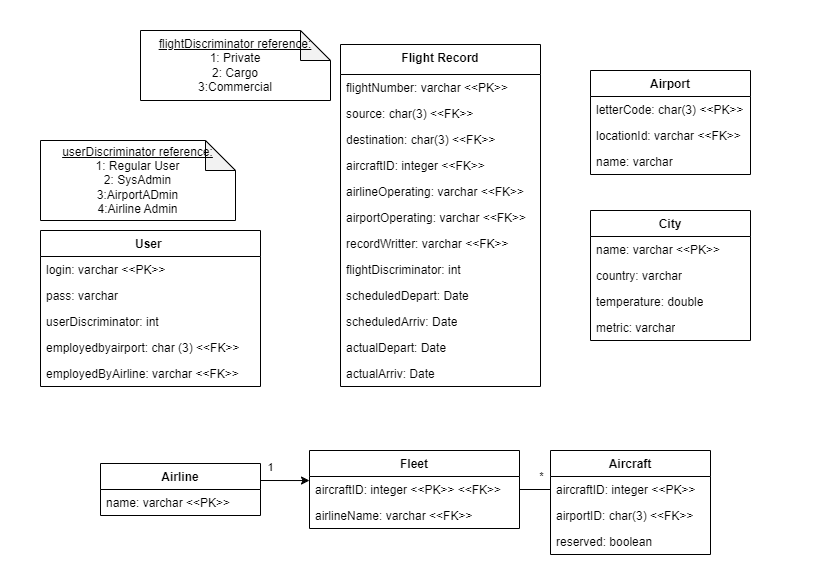
Kayram2710/soen342 keeps this draw.io diagram as Diagrams/Relational Model.png. Above is the earlier version. Source tidied: cells renumbered, new cells last; positions are measured from the earlier drawing's top-left corner, leaving out a move shared by most shapes. Source of this version:
```xml
<mxGraphModel>
  <root>
    <mxCell id="0" />
    <mxCell id="1" parent="0" />
    <mxCell id="2" value="User&amp;nbsp;" style="swimlane;fontStyle=1;align=center;verticalAlign=top;horizontal=1;startSize=26;whiteSpace=wrap;html=1;" parent="1" vertex="1">
      <mxGeometry y="200" width="220" height="156" as="geometry" />
    </mxCell>
    <mxCell id="3" value="login: varchar &amp;lt;&amp;lt;PK&amp;gt;&amp;gt;" style="text;strokeColor=none;fillColor=none;align=left;verticalAlign=top;spacingLeft=4;spacingRight=4;overflow=hidden;whiteSpace=wrap;html=1;" parent="2" vertex="1">
      <mxGeometry y="26" width="220" height="26" as="geometry" />
    </mxCell>
    <mxCell id="4" value="pass: varchar&amp;nbsp;" style="text;strokeColor=none;fillColor=none;align=left;verticalAlign=top;spacingLeft=4;spacingRight=4;overflow=hidden;whiteSpace=wrap;html=1;" parent="2" vertex="1">
      <mxGeometry y="52" width="220" height="26" as="geometry" />
    </mxCell>
    <mxCell id="5" value="userDiscriminator: int" style="text;strokeColor=none;fillColor=none;align=left;verticalAlign=top;spacingLeft=4;spacingRight=4;overflow=hidden;whiteSpace=wrap;html=1;" parent="2" vertex="1">
      <mxGeometry y="78" width="220" height="26" as="geometry" />
    </mxCell>
    <mxCell id="6" value="employedbyairport: char (3) &amp;lt;&amp;lt;FK&amp;gt;&amp;gt;" style="text;strokeColor=none;fillColor=none;align=left;verticalAlign=top;spacingLeft=4;spacingRight=4;overflow=hidden;whiteSpace=wrap;html=1;" parent="2" vertex="1">
      <mxGeometry y="104" width="220" height="26" as="geometry" />
    </mxCell>
    <mxCell id="7" value="employedByAirline: varchar &amp;lt;&amp;lt;FK&amp;gt;&amp;gt;" style="text;strokeColor=none;fillColor=none;align=left;verticalAlign=top;spacingLeft=4;spacingRight=4;overflow=hidden;whiteSpace=wrap;html=1;" parent="2" vertex="1">
      <mxGeometry y="130" width="220" height="26" as="geometry" />
    </mxCell>
    <mxCell id="8" value="Airport" style="swimlane;fontStyle=1;align=center;verticalAlign=top;horizontal=1;startSize=26;whiteSpace=wrap;html=1;" parent="1" vertex="1">
      <mxGeometry x="550" y="40" width="160" height="104" as="geometry" />
    </mxCell>
    <mxCell id="9" value="letterCode: char(3) &amp;lt;&amp;lt;PK&amp;gt;&amp;gt;" style="text;strokeColor=none;fillColor=none;align=left;verticalAlign=top;spacingLeft=4;spacingRight=4;overflow=hidden;whiteSpace=wrap;html=1;" parent="8" vertex="1">
      <mxGeometry y="26" width="160" height="26" as="geometry" />
    </mxCell>
    <mxCell id="10" value="locationId: varchar &amp;lt;&amp;lt;FK&amp;gt;&amp;gt;&lt;br&gt;&amp;nbsp;" style="text;strokeColor=none;fillColor=none;align=left;verticalAlign=top;spacingLeft=4;spacingRight=4;overflow=hidden;whiteSpace=wrap;html=1;" parent="8" vertex="1">
      <mxGeometry y="52" width="160" height="26" as="geometry" />
    </mxCell>
    <mxCell id="11" value="name: varchar" style="text;strokeColor=none;fillColor=none;align=left;verticalAlign=top;spacingLeft=4;spacingRight=4;overflow=hidden;whiteSpace=wrap;html=1;" parent="8" vertex="1">
      <mxGeometry y="78" width="160" height="26" as="geometry" />
    </mxCell>
    <mxCell id="12" value="Aircraft" style="swimlane;fontStyle=1;align=center;verticalAlign=top;horizontal=1;startSize=26;whiteSpace=wrap;html=1;" parent="1" vertex="1">
      <mxGeometry x="510" y="420" width="160" height="104" as="geometry" />
    </mxCell>
    <mxCell id="13" value="aircraftID: integer &amp;lt;&amp;lt;PK&amp;gt;&amp;gt;" style="text;strokeColor=none;fillColor=none;align=left;verticalAlign=top;spacingLeft=4;spacingRight=4;overflow=hidden;points=[[0,0.5],[1,0.5]];portConstraint=eastwest;whiteSpace=wrap;html=1;" parent="12" vertex="1">
      <mxGeometry y="26" width="160" height="26" as="geometry" />
    </mxCell>
    <mxCell id="14" value="airportID: char(3) &amp;lt;&amp;lt;FK&amp;gt;&amp;gt;" style="text;strokeColor=none;fillColor=none;align=left;verticalAlign=top;spacingLeft=4;spacingRight=4;overflow=hidden;whiteSpace=wrap;html=1;" parent="12" vertex="1">
      <mxGeometry y="52" width="160" height="26" as="geometry" />
    </mxCell>
    <mxCell id="15" value="reserved: boolean" style="text;strokeColor=none;fillColor=none;align=left;verticalAlign=top;spacingLeft=4;spacingRight=4;overflow=hidden;whiteSpace=wrap;html=1;" parent="12" vertex="1">
      <mxGeometry y="78" width="160" height="26" as="geometry" />
    </mxCell>
    <mxCell id="16" value="Airline" style="swimlane;fontStyle=1;align=center;verticalAlign=top;horizontal=1;startSize=26;whiteSpace=wrap;html=1;" parent="1" vertex="1">
      <mxGeometry x="60" y="433" width="160" height="52" as="geometry" />
    </mxCell>
    <mxCell id="17" value="name: varchar &amp;lt;&amp;lt;PK&amp;gt;&amp;gt;" style="text;strokeColor=none;fillColor=none;align=left;verticalAlign=top;spacingLeft=4;spacingRight=4;overflow=hidden;whiteSpace=wrap;html=1;" parent="16" vertex="1">
      <mxGeometry y="26" width="160" height="26" as="geometry" />
    </mxCell>
    <mxCell id="18" value="Flight Record" style="swimlane;fontStyle=1;align=center;verticalAlign=top;horizontal=1;startSize=30;whiteSpace=wrap;html=1;" parent="1" vertex="1">
      <mxGeometry x="300" y="14" width="200" height="342" as="geometry" />
    </mxCell>
    <mxCell id="19" value="flightNumber: varchar &amp;lt;&amp;lt;PK&amp;gt;&amp;gt;" style="text;strokeColor=none;fillColor=none;align=left;verticalAlign=top;spacingLeft=4;spacingRight=4;overflow=hidden;whiteSpace=wrap;html=1;" parent="18" vertex="1">
      <mxGeometry y="30" width="200" height="26" as="geometry" />
    </mxCell>
    <mxCell id="20" value="source: char(3) &amp;lt;&amp;lt;FK&amp;gt;&amp;gt;" style="text;strokeColor=none;fillColor=none;align=left;verticalAlign=top;spacingLeft=4;spacingRight=4;overflow=hidden;whiteSpace=wrap;html=1;" parent="18" vertex="1">
      <mxGeometry y="56" width="200" height="26" as="geometry" />
    </mxCell>
    <mxCell id="21" value="destination: char(3) &amp;lt;&amp;lt;FK&amp;gt;&amp;gt;" style="text;strokeColor=none;fillColor=none;align=left;verticalAlign=top;spacingLeft=4;spacingRight=4;overflow=hidden;whiteSpace=wrap;html=1;" parent="18" vertex="1">
      <mxGeometry y="82" width="200" height="26" as="geometry" />
    </mxCell>
    <mxCell id="22" value="aircraftID: integer &amp;lt;&amp;lt;FK&amp;gt;&amp;gt;" style="text;strokeColor=none;fillColor=none;align=left;verticalAlign=top;spacingLeft=4;spacingRight=4;overflow=hidden;whiteSpace=wrap;html=1;" parent="18" vertex="1">
      <mxGeometry y="108" width="200" height="26" as="geometry" />
    </mxCell>
    <mxCell id="23" value="airlineOperating: varchar &amp;lt;&amp;lt;FK&amp;gt;&amp;gt;" style="text;strokeColor=none;fillColor=none;align=left;verticalAlign=top;spacingLeft=4;spacingRight=4;overflow=hidden;whiteSpace=wrap;html=1;" parent="18" vertex="1">
      <mxGeometry y="134" width="200" height="26" as="geometry" />
    </mxCell>
    <mxCell id="24" value="airportOperating: varchar &amp;lt;&amp;lt;FK&amp;gt;&amp;gt;" style="text;strokeColor=none;fillColor=none;align=left;verticalAlign=top;spacingLeft=4;spacingRight=4;overflow=hidden;whiteSpace=wrap;html=1;" parent="18" vertex="1">
      <mxGeometry y="160" width="200" height="26" as="geometry" />
    </mxCell>
    <mxCell id="25" value="recordWritter: varchar &amp;lt;&amp;lt;FK&amp;gt;&amp;gt;" style="text;strokeColor=none;fillColor=none;align=left;verticalAlign=top;spacingLeft=4;spacingRight=4;overflow=hidden;whiteSpace=wrap;html=1;" parent="18" vertex="1">
      <mxGeometry y="186" width="200" height="26" as="geometry" />
    </mxCell>
    <mxCell id="26" value="flightDiscriminator: int" style="text;strokeColor=none;fillColor=none;align=left;verticalAlign=top;spacingLeft=4;spacingRight=4;overflow=hidden;whiteSpace=wrap;html=1;" parent="18" vertex="1">
      <mxGeometry y="212" width="200" height="26" as="geometry" />
    </mxCell>
    <mxCell id="27" value="scheduledDepart: Date" style="text;strokeColor=none;fillColor=none;align=left;verticalAlign=top;spacingLeft=4;spacingRight=4;overflow=hidden;whiteSpace=wrap;html=1;" parent="18" vertex="1">
      <mxGeometry y="238" width="200" height="26" as="geometry" />
    </mxCell>
    <mxCell id="28" value="scheduledArriv: Date" style="text;strokeColor=none;fillColor=none;align=left;verticalAlign=top;spacingLeft=4;spacingRight=4;overflow=hidden;whiteSpace=wrap;html=1;" parent="18" vertex="1">
      <mxGeometry y="264" width="200" height="26" as="geometry" />
    </mxCell>
    <mxCell id="29" value="actualDepart: Date" style="text;strokeColor=none;fillColor=none;align=left;verticalAlign=top;spacingLeft=4;spacingRight=4;overflow=hidden;whiteSpace=wrap;html=1;" parent="18" vertex="1">
      <mxGeometry y="290" width="200" height="26" as="geometry" />
    </mxCell>
    <mxCell id="30" value="actualArriv: Date" style="text;strokeColor=none;fillColor=none;align=left;verticalAlign=top;spacingLeft=4;spacingRight=4;overflow=hidden;whiteSpace=wrap;html=1;" parent="18" vertex="1">
      <mxGeometry y="316" width="200" height="26" as="geometry" />
    </mxCell>
    <mxCell id="31" value="City" style="swimlane;fontStyle=1;align=center;verticalAlign=top;horizontal=1;startSize=26;whiteSpace=wrap;html=1;" parent="1" vertex="1">
      <mxGeometry x="550" y="180" width="160" height="130" as="geometry" />
    </mxCell>
    <mxCell id="32" value="name: varchar &amp;lt;&amp;lt;PK&amp;gt;&amp;gt;" style="text;strokeColor=none;fillColor=none;align=left;verticalAlign=top;spacingLeft=4;spacingRight=4;overflow=hidden;whiteSpace=wrap;html=1;" parent="31" vertex="1">
      <mxGeometry y="26" width="160" height="26" as="geometry" />
    </mxCell>
    <mxCell id="33" value="country: varchar" style="text;strokeColor=none;fillColor=none;align=left;verticalAlign=top;spacingLeft=4;spacingRight=4;overflow=hidden;whiteSpace=wrap;html=1;" parent="31" vertex="1">
      <mxGeometry y="52" width="160" height="26" as="geometry" />
    </mxCell>
    <mxCell id="34" value="temperature: double" style="text;strokeColor=none;fillColor=none;align=left;verticalAlign=top;spacingLeft=4;spacingRight=4;overflow=hidden;whiteSpace=wrap;html=1;" parent="31" vertex="1">
      <mxGeometry y="78" width="160" height="26" as="geometry" />
    </mxCell>
    <mxCell id="35" value="metric: varchar" style="text;strokeColor=none;fillColor=none;align=left;verticalAlign=top;spacingLeft=4;spacingRight=4;overflow=hidden;whiteSpace=wrap;html=1;" parent="31" vertex="1">
      <mxGeometry y="104" width="160" height="26" as="geometry" />
    </mxCell>
    <mxCell id="36" value="Fleet" style="swimlane;fontStyle=1;align=center;verticalAlign=top;horizontal=1;startSize=26;whiteSpace=wrap;html=1;" parent="1" vertex="1">
      <mxGeometry x="269" y="420" width="210" height="78" as="geometry" />
    </mxCell>
    <mxCell id="37" value="aircraftID: integer &amp;lt;&amp;lt;PK&amp;gt;&amp;gt; &amp;lt;&amp;lt;FK&amp;gt;&amp;gt;" style="text;strokeColor=none;fillColor=none;align=left;verticalAlign=top;spacingLeft=4;spacingRight=4;overflow=hidden;points=[[0,0.5],[1,0.5]];portConstraint=eastwest;whiteSpace=wrap;html=1;" parent="36" vertex="1">
      <mxGeometry y="26" width="210" height="26" as="geometry" />
    </mxCell>
    <mxCell id="38" value="airlineName: varchar &amp;lt;&amp;lt;FK&amp;gt;&amp;gt;" style="text;strokeColor=none;fillColor=none;align=left;verticalAlign=top;spacingLeft=4;spacingRight=4;overflow=hidden;whiteSpace=wrap;html=1;" parent="36" vertex="1">
      <mxGeometry y="52" width="210" height="26" as="geometry" />
    </mxCell>
    <mxCell id="39" style="edgeStyle=orthogonalEdgeStyle;rounded=0;orthogonalLoop=1;jettySize=auto;html=1;" parent="1" edge="1">
      <mxGeometry relative="1" as="geometry">
        <mxPoint x="220" y="450" as="sourcePoint" />
        <mxPoint x="269" y="450" as="targetPoint" />
        <Array as="points">
          <mxPoint x="269" y="450" />
        </Array>
      </mxGeometry>
    </mxCell>
    <mxCell id="40" value="1" style="edgeLabel;html=1;align=center;verticalAlign=middle;" parent="39" vertex="1">
      <mxGeometry x="-0.43" relative="1" as="geometry">
        <mxPoint x="-4" y="-13" as="offset" />
      </mxGeometry>
    </mxCell>
    <mxCell id="41" style="edgeStyle=orthogonalEdgeStyle;rounded=0;jettySize=auto;html=1;endArrow=none;endFill=0;" parent="1" edge="1" source="13" target="37">
      <mxGeometry relative="1" as="geometry" />
    </mxCell>
    <mxCell id="42" value="*" style="edgeLabel;html=1;align=center;verticalAlign=middle;" parent="41" vertex="1">
      <mxGeometry x="-0.49" y="-3" relative="1" as="geometry">
        <mxPoint x="3" y="-10" as="offset" />
      </mxGeometry>
    </mxCell>
    <mxCell id="43" value="&lt;u&gt;userDiscriminator&amp;nbsp;reference:&lt;br&gt;&lt;/u&gt;1: Regular User&lt;br&gt;2: SysAdmin&lt;br&gt;3:AirportADmin&lt;br&gt;4:Airline Admin" style="shape=note;whiteSpace=wrap;html=1;backgroundOutline=1;darkOpacity=0.05;" parent="1" vertex="1">
      <mxGeometry y="110" width="195" height="80" as="geometry" />
    </mxCell>
    <mxCell id="44" value="&lt;u&gt;flightDiscriminator&amp;nbsp;reference:&lt;br&gt;&lt;/u&gt;1: Private&lt;br&gt;2: Cargo&lt;br&gt;3:Commercial" style="shape=note;whiteSpace=wrap;html=1;backgroundOutline=1;darkOpacity=0.05;" parent="1" vertex="1">
      <mxGeometry x="100" width="190" height="70" as="geometry" />
    </mxCell>
  </root>
</mxGraphModel>
```
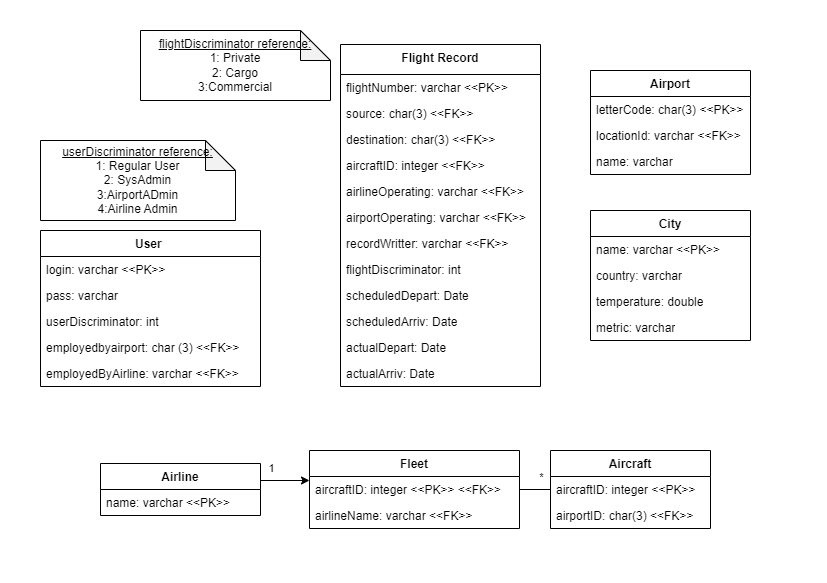
The same diagram one commit later.

Change to the diagram source:
```diff
@@ -33,7 +33,7 @@
       <mxGeometry y="78" width="160" height="26" as="geometry" />
     </mxCell>
     <mxCell id="12" value="Aircraft" style="swimlane;fontStyle=1;align=center;verticalAlign=top;horizontal=1;startSize=26;whiteSpace=wrap;html=1;" parent="1" vertex="1">
-      <mxGeometry x="510" y="420" width="160" height="104" as="geometry" />
+      <mxGeometry x="510" y="420" width="160" height="78" as="geometry" />
     </mxCell>
     <mxCell id="13" value="aircraftID: integer &amp;lt;&amp;lt;PK&amp;gt;&amp;gt;" style="text;strokeColor=none;fillColor=none;align=left;verticalAlign=top;spacingLeft=4;spacingRight=4;overflow=hidden;points=[[0,0.5],[1,0.5]];portConstraint=eastwest;whiteSpace=wrap;html=1;" parent="12" vertex="1">
       <mxGeometry y="26" width="160" height="26" as="geometry" />
@@ -41,9 +41,6 @@
     <mxCell id="14" value="airportID: char(3) &amp;lt;&amp;lt;FK&amp;gt;&amp;gt;" style="text;strokeColor=none;fillColor=none;align=left;verticalAlign=top;spacingLeft=4;spacingRight=4;overflow=hidden;whiteSpace=wrap;html=1;" parent="12" vertex="1">
       <mxGeometry y="52" width="160" height="26" as="geometry" />
     </mxCell>
-    <mxCell id="15" value="reserved: boolean" style="text;strokeColor=none;fillColor=none;align=left;verticalAlign=top;spacingLeft=4;spacingRight=4;overflow=hidden;whiteSpace=wrap;html=1;" parent="12" vertex="1">
-      <mxGeometry y="78" width="160" height="26" as="geometry" />
-    </mxCell>
     <mxCell id="16" value="Airline" style="swimlane;fontStyle=1;align=center;verticalAlign=top;horizontal=1;startSize=26;whiteSpace=wrap;html=1;" parent="1" vertex="1">
       <mxGeometry x="60" y="433" width="160" height="52" as="geometry" />
     </mxCell>
```
